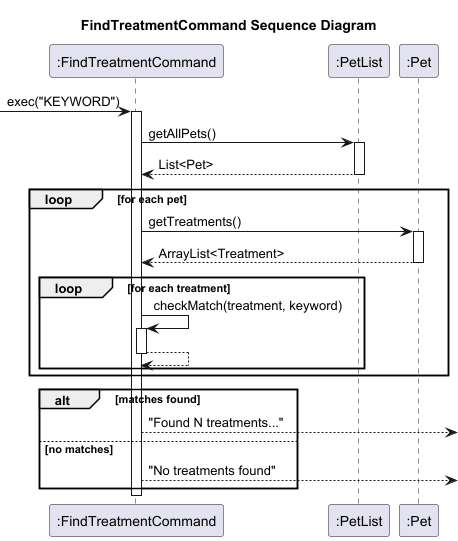
Earlier version of the PlantUML export docs/diagrams/FindTreatmentCommand_Sequence_Diagram.png (Kevin88866/tp).
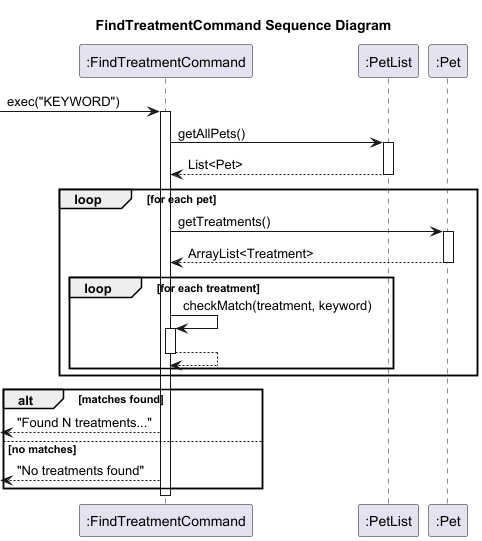
The same diagram one commit later.

Commit message:
Update sequence diagrams in developer guide

What changed in the source:
```diff
@@ -28,9 +28,9 @@
 end
 
 alt matches found
-  FC --> : "Found N treatments..."
+  <-- FC : "Found N treatments..."
 else no matches
-  FC --> : "No treatments found"
+  <-- FC : "No treatments found"
 end
 
 deactivate FC
```
